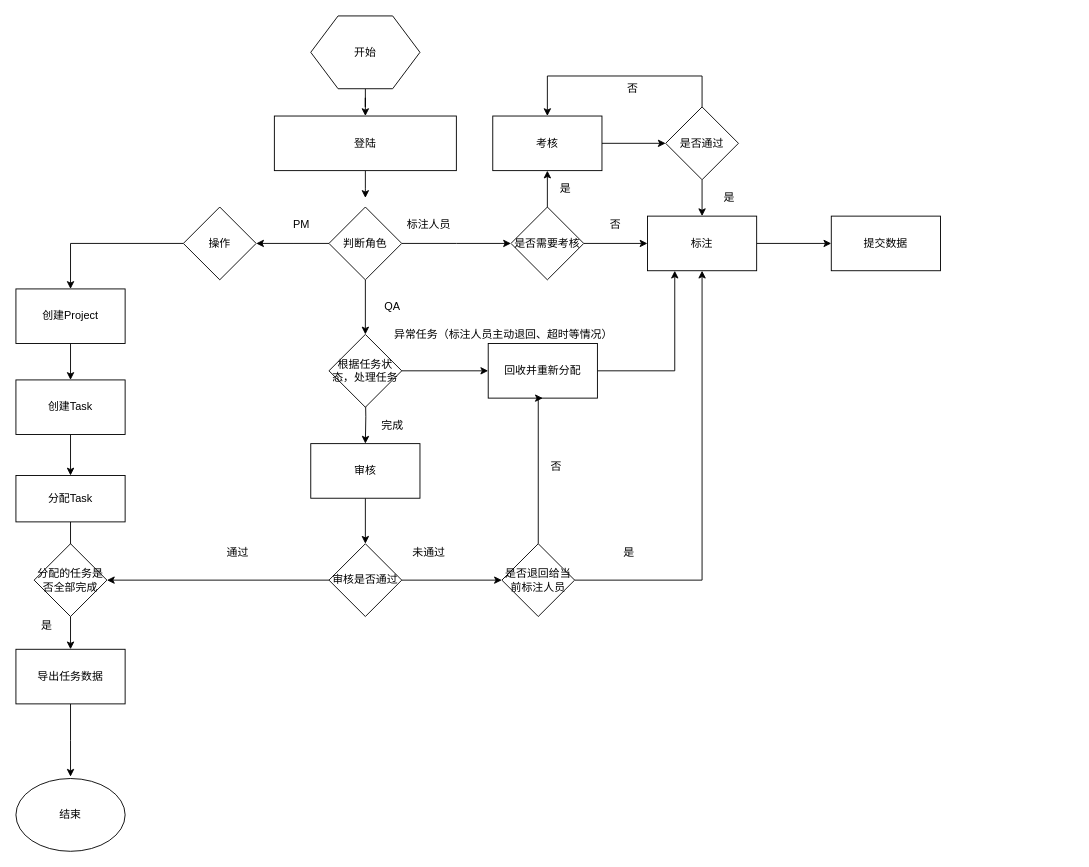
SMEsunny/Test keeps this draw.io diagram as Untitled Diagram.drawio. Above is the earlier version. Source tidied: cells renumbered, new cells numbered last; positions are measured from the earlier drawing's top-left corner, leaving out a move shared by most shapes. Both pictures are drawn from the tidied source at 91%, with x=0, y=0 at pixel (15, 15).
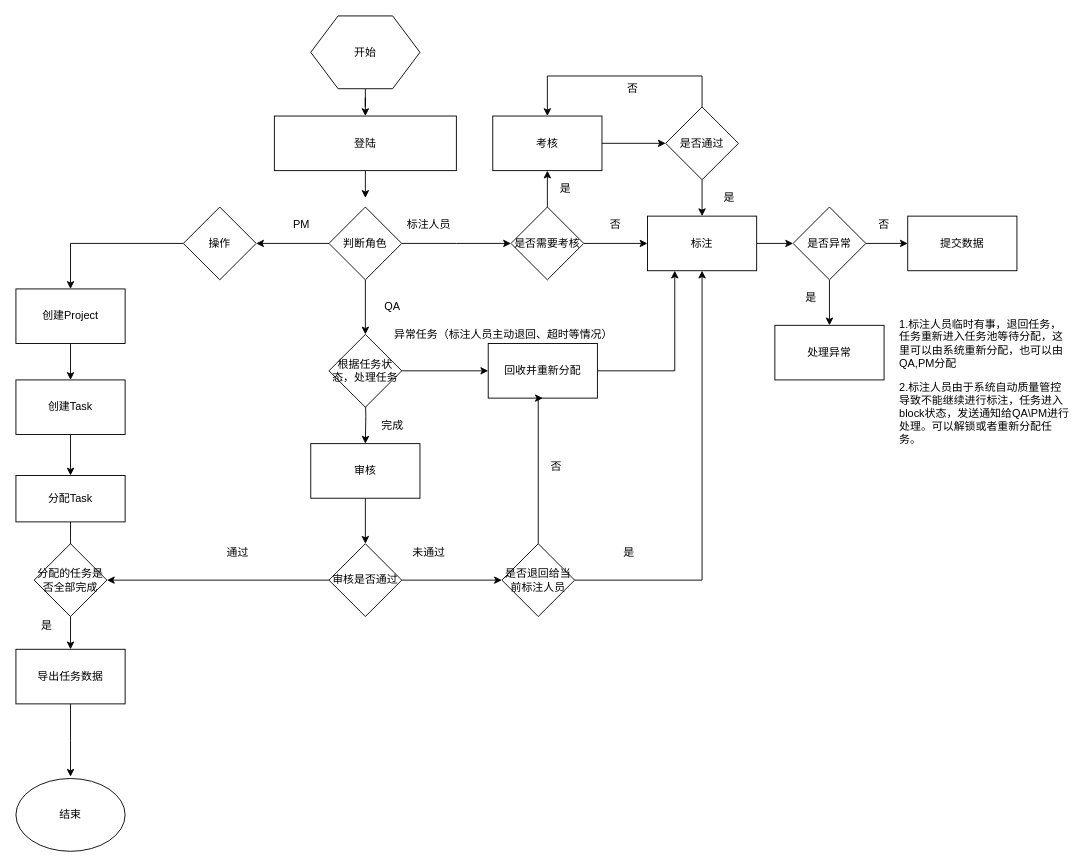
The same page after the edit.

The change refers to these unchanged cells:
```xml
<mxCell id="42" value="标注" style="rounded=0;whiteSpace=wrap;html=1;" parent="1" vertex="1">
  <mxGeometry x="694" y="220" width="120" height="60" as="geometry" />
</mxCell>
```

Diff of the diagram source:
```diff
@@
-    <mxCell id="41" style="edgeStyle=orthogonalEdgeStyle;rounded=0;jettySize=auto;html=1;entryX=0;entryY=0.5;entryDx=0;entryDy=0;" parent="1" edge="1" source="42" target="59">
-      <mxGeometry relative="1" as="geometry" />
-    </mxCell>
+    <mxCell id="61" style="edgeStyle=orthogonalEdgeStyle;rounded=0;jettySize=auto;html=1;entryX=0;entryY=0.5;entryDx=0;entryDy=0;" parent="1" edge="1" source="42" target="64">
+      <mxGeometry relative="1" as="geometry" />
+    </mxCell>
@@
+    <mxCell id="60" value="结束" style="ellipse;whiteSpace=wrap;html=1;" parent="1" vertex="1">
+      <mxGeometry y="838" width="120" height="80" as="geometry" />
+    </mxCell>
+    <mxCell id="62" style="edgeStyle=orthogonalEdgeStyle;rounded=0;jettySize=auto;html=1;entryX=0;entryY=0.5;entryDx=0;entryDy=0;" parent="1" edge="1" source="64" target="59">
+      <mxGeometry relative="1" as="geometry" />
+    </mxCell>
+    <mxCell id="63" style="edgeStyle=orthogonalEdgeStyle;rounded=0;jettySize=auto;html=1;" parent="1" edge="1" source="64" target="66">
+      <mxGeometry relative="1" as="geometry" />
+    </mxCell>
+    <mxCell id="64" value="是否异常" style="rhombus;whiteSpace=wrap;html=1;" parent="1" vertex="1">
+      <mxGeometry x="854" y="210" width="80" height="80" as="geometry" />
+    </mxCell>
     <mxCell id="59" value="提交数据" style="rounded=0;whiteSpace=wrap;html=1;" parent="1" vertex="1">
-      <mxGeometry x="896" y="220" width="120" height="60" as="geometry" />
+      <mxGeometry x="980" y="220" width="120" height="60" as="geometry" />
     </mxCell>
-    <mxCell id="60" value="结束" style="ellipse;whiteSpace=wrap;html=1;" parent="1" vertex="1">
-      <mxGeometry y="838" width="120" height="80" as="geometry" />
-    </mxCell>
+    <mxCell id="65" value="否" style="text;html=1;strokeColor=none;fillColor=none;align=center;verticalAlign=middle;whiteSpace=wrap;rounded=0;" parent="1" vertex="1">
+      <mxGeometry x="934" y="220" width="40" height="20" as="geometry" />
+    </mxCell>
+    <mxCell id="66" value="处理异常" style="rounded=0;whiteSpace=wrap;html=1;" parent="1" vertex="1">
+      <mxGeometry x="834" y="340" width="120" height="60" as="geometry" />
+    </mxCell>
+    <mxCell id="67" value="&lt;p&gt;1.标注人员临时有事，退回任务，任务重新进入任务池等待分配，这里可以由系统重新分配，也可以由QA,PM分配&lt;/p&gt;&lt;p&gt;2.标注人员由于系统自动质量管控导致不能继续进行标注，任务进入block状态，发送通知给QA\PM进行处理。可以解锁或者重新分配任务。&lt;/p&gt;" style="text;html=1;strokeColor=none;fillColor=none;spacing=5;spacingTop=-20;whiteSpace=wrap;overflow=hidden;rounded=0;" parent="1" vertex="1">
+      <mxGeometry x="966" y="330" width="196" height="156" as="geometry" />
+    </mxCell>
+    <mxCell id="68" value="是" style="text;html=1;strokeColor=none;fillColor=none;align=center;verticalAlign=middle;whiteSpace=wrap;rounded=0;" parent="1" vertex="1">
+      <mxGeometry x="854" y="300" width="40" height="20" as="geometry" />
+    </mxCell>
```
